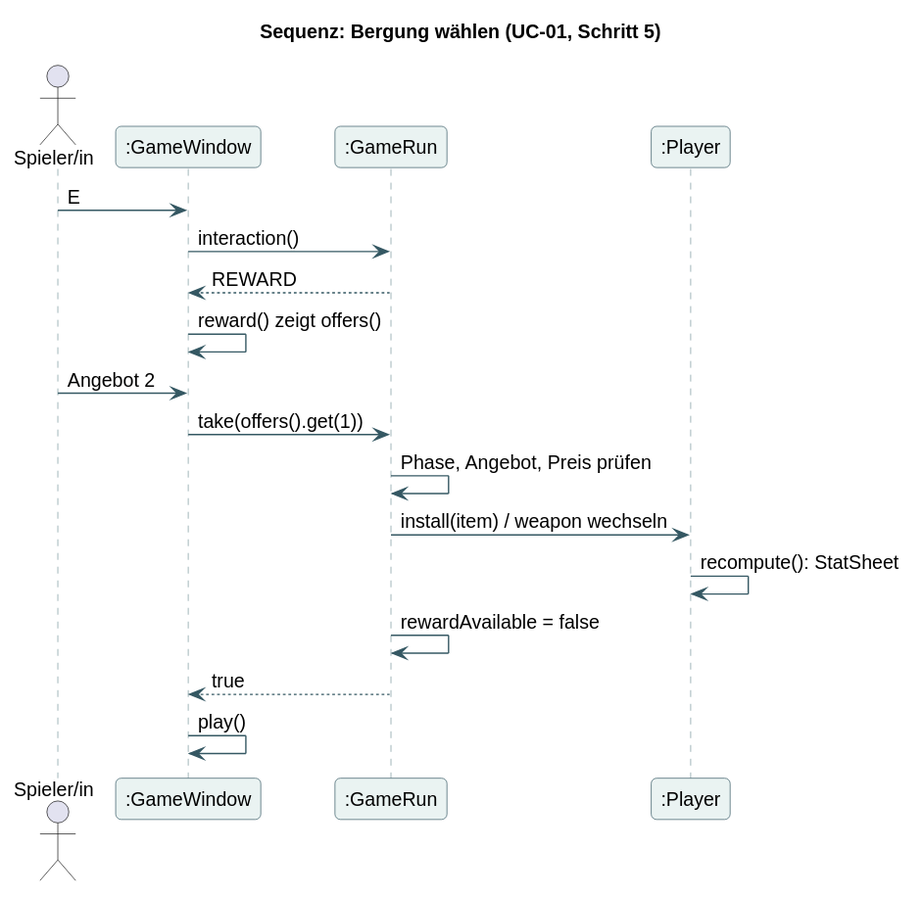
The PlantUML diagram docs/diagrams/08-reward-sequence.svg in bassdav2/abyss, before a commit.
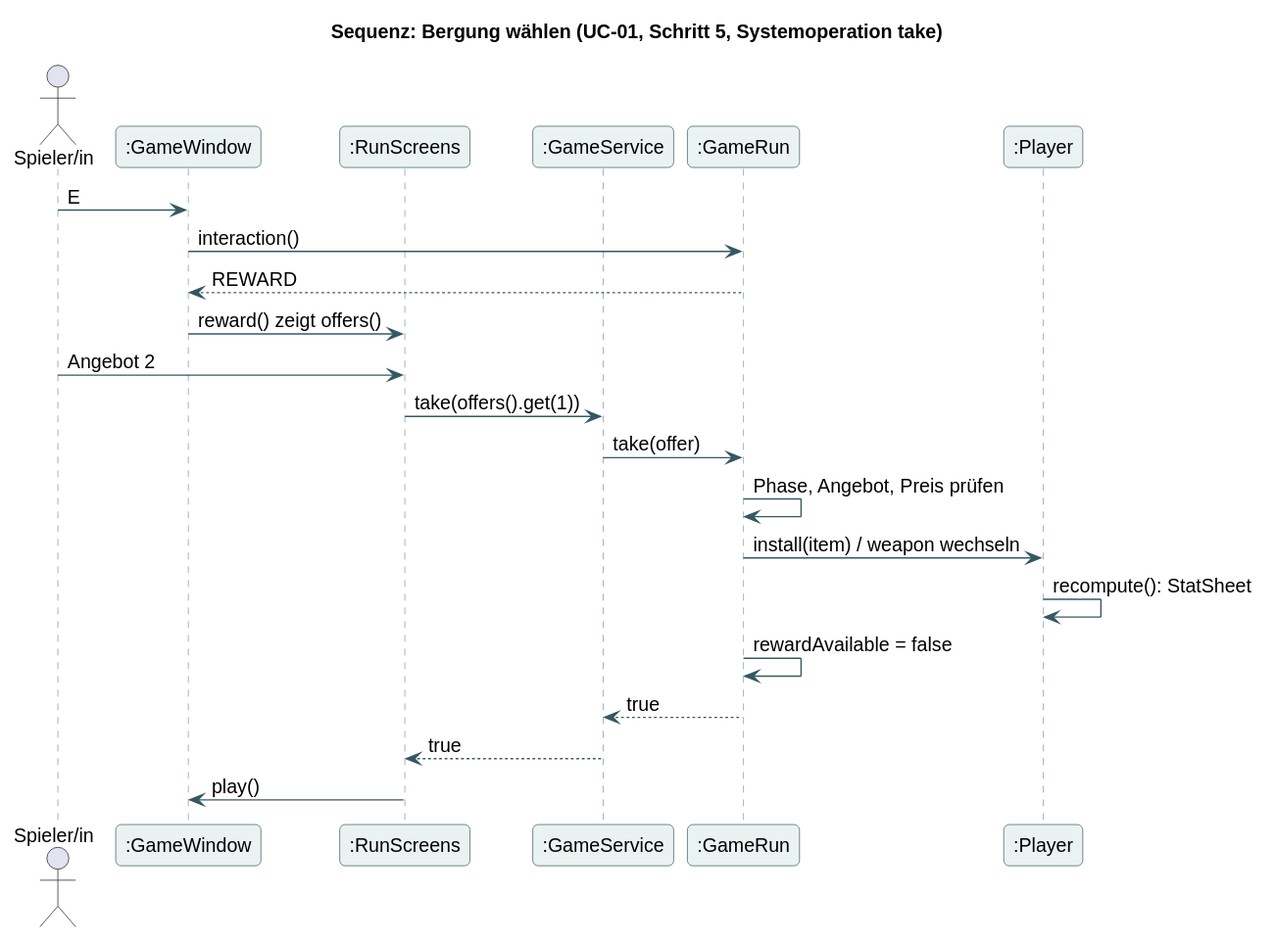
The same diagram one commit later.

What changed in the source:
```diff
@@ -17,21 +17,25 @@
 skinparam stateBackgroundColor #EAF3F2
 skinparam stateBorderColor #355863
 hide empty members
-title Sequenz: Bergung wählen (UC-01, Schritt 5)
+title Sequenz: Bergung wählen (UC-01, Schritt 5, Systemoperation take)
 actor "Spieler/in" as P
 participant ":GameWindow" as W
+participant ":RunScreens" as U
+participant ":GameService" as S
 participant ":GameRun" as R
 participant ":Player" as Pl
 P -> W : E
 W -> R : interaction()
 R --> W : REWARD
-W -> W : reward() zeigt offers()
-P -> W : Angebot 2
-W -> R : take(offers().get(1))
+W -> U : reward() zeigt offers()
+P -> U : Angebot 2
+U -> S : take(offers().get(1))
+S -> R : take(offer)
 R -> R : Phase, Angebot, Preis prüfen
 R -> Pl : install(item) / weapon wechseln
 Pl -> Pl : recompute(): StatSheet
 R -> R : rewardAvailable = false
-R --> W : true
-W -> W : play()
+R --> S : true
+S --> U : true
+U -> W : play()
 @enduml
```
